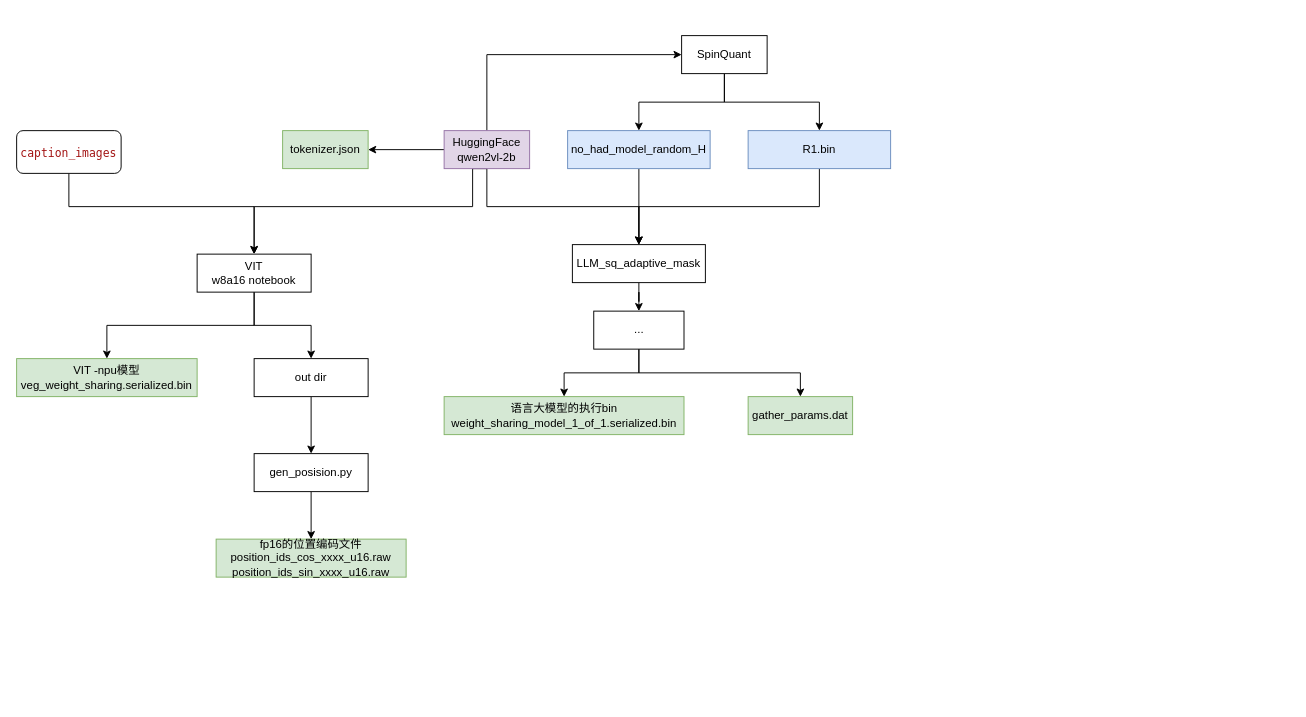
Earlier version of the draw.io diagram LLM/mllm_hexagon_npu_convert.drawio (mailonghua/drawio). Source tidied: cells renumbered, new cells numbered last; positions are measured from the earlier drawing's top-left corner, leaving out a move shared by most shapes. Both pictures are drawn from the tidied source at 95%, with x=0, y=0 at pixel (16, 35).
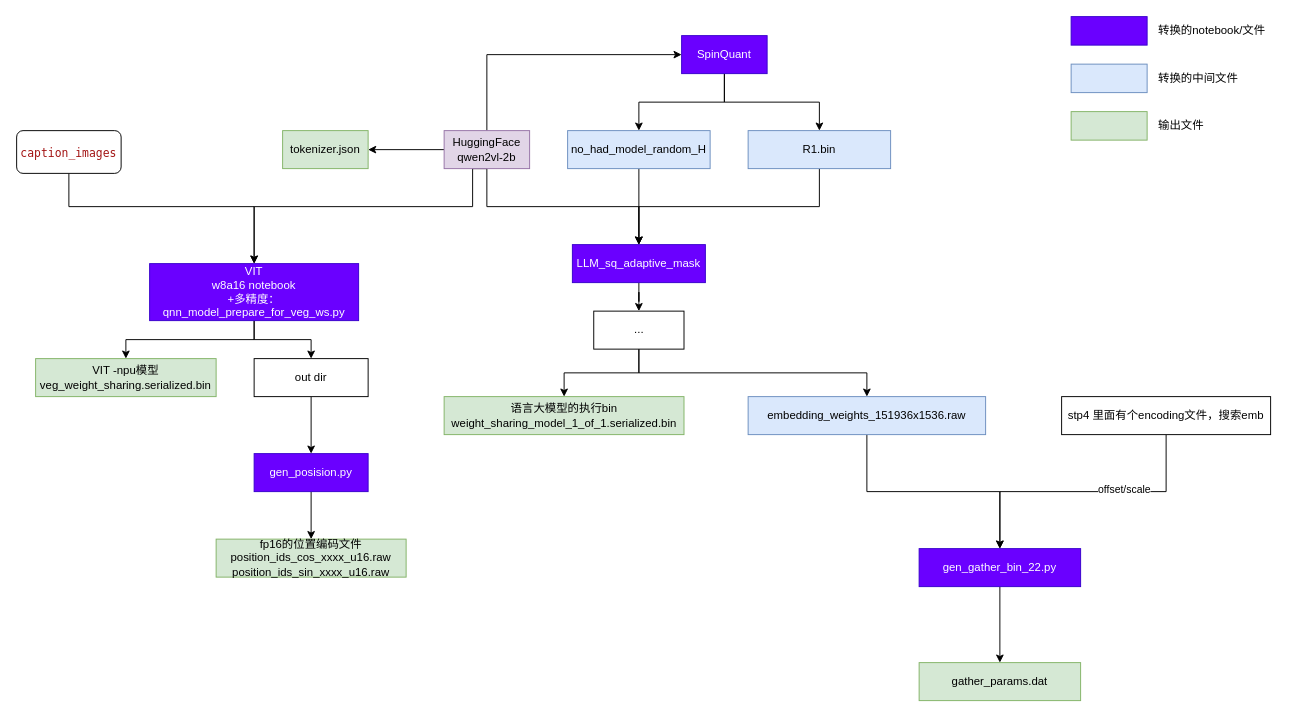
After the change.

The edit, as a diff of the source:
```diff
@@
-    <mxCell id="9" value="SpinQuant" style="rounded=0;whiteSpace=wrap;html=1;" parent="1" vertex="1">
+    <mxCell id="9" value="SpinQuant" style="rounded=0;whiteSpace=wrap;html=1;fillColor=#6a00ff;fontColor=#ffffff;strokeColor=#3700CC;" parent="1" vertex="1">
       <mxGeometry x="700" width="90" height="40" as="geometry" />
     </mxCell>
@@
-    <mxCell id="15" value="LLM_sq_adaptive_mask" style="rounded=0;whiteSpace=wrap;html=1;" parent="1" vertex="1">
+    <mxCell id="15" value="LLM_sq_adaptive_mask" style="rounded=0;whiteSpace=wrap;html=1;fillColor=#6a00ff;fontColor=#ffffff;strokeColor=#3700CC;" parent="1" vertex="1">
       <mxGeometry x="585" y="220" width="140" height="40" as="geometry" />
     </mxCell>
@@
+    <mxCell id="33" style="edgeStyle=orthogonalEdgeStyle;rounded=0;jettySize=auto;html=1;" parent="1" edge="1" source="20" target="35">
+      <mxGeometry relative="1" as="geometry" />
+    </mxCell>
-    <mxCell id="20" value="gather_params.dat" style="rounded=0;whiteSpace=wrap;html=1;fillColor=#d5e8d4;strokeColor=#82b366;" parent="1" vertex="1">
-      <mxGeometry x="770" y="380" width="110" height="40" as="geometry" />
+    <mxCell id="20" value="embedding_weights_151936x1536.raw" style="rounded=0;whiteSpace=wrap;html=1;fillColor=#dae8fc;strokeColor=#6c8ebf;" parent="1" vertex="1">
+      <mxGeometry x="770" y="380" width="250" height="40" as="geometry" />
     </mxCell>
@@
-    <mxCell id="23" value="VIT&lt;br&gt;w8a16 notebook" style="rounded=0;whiteSpace=wrap;html=1;" parent="1" vertex="1">
-      <mxGeometry x="190" y="230" width="120" height="40" as="geometry" />
+    <mxCell id="23" value="VIT&lt;br&gt;w8a16 notebook&lt;br&gt;+多精度：qnn_model_prepare_for_veg_ws.py" style="rounded=0;whiteSpace=wrap;html=1;fillColor=#6a00ff;fontColor=#ffffff;strokeColor=#3700CC;" parent="1" vertex="1">
+      <mxGeometry x="140" y="240" width="220" height="60" as="geometry" />
     </mxCell>
@@
     <mxCell id="26" value="VIT -npu模型&lt;br&gt;veg_weight_sharing.serialized.bin" style="rounded=0;whiteSpace=wrap;html=1;fillColor=#d5e8d4;strokeColor=#82b366;" parent="1" vertex="1">
-      <mxGeometry y="340" width="190" height="40" as="geometry" />
+      <mxGeometry x="20" y="340" width="190" height="40" as="geometry" />
     </mxCell>
@@
-    <mxCell id="30" value="gen_posision.py" style="rounded=0;whiteSpace=wrap;html=1;" parent="1" vertex="1">
+    <mxCell id="30" value="gen_posision.py" style="rounded=0;whiteSpace=wrap;html=1;fillColor=#6a00ff;fontColor=#ffffff;strokeColor=#3700CC;" parent="1" vertex="1">
       <mxGeometry x="250" y="440" width="120" height="40" as="geometry" />
     </mxCell>
@@
+    <mxCell id="34" style="edgeStyle=orthogonalEdgeStyle;rounded=0;jettySize=auto;html=1;" parent="1" edge="1" source="35" target="39">
+      <mxGeometry relative="1" as="geometry" />
+    </mxCell>
+    <mxCell id="35" value="gen_gather_bin_22.py" style="rounded=0;whiteSpace=wrap;html=1;fillColor=#6a00ff;fontColor=#ffffff;strokeColor=#3700CC;" parent="1" vertex="1">
+      <mxGeometry x="950" y="540" width="170" height="40" as="geometry" />
+    </mxCell>
+    <mxCell id="36" style="edgeStyle=orthogonalEdgeStyle;rounded=0;jettySize=auto;html=1;entryX=0.5;entryY=0;entryDx=0;entryDy=0;" parent="1" edge="1" source="38" target="35">
+      <mxGeometry relative="1" as="geometry" />
+    </mxCell>
+    <mxCell id="37" value="offset/scale" style="edgeLabel;html=1;align=center;verticalAlign=middle;" parent="36" vertex="1">
+      <mxGeometry x="-0.29" y="-3" relative="1" as="geometry" />
+    </mxCell>
+    <mxCell id="38" value="stp4 里面有个encoding文件，搜索emb" style="rounded=0;whiteSpace=wrap;html=1;" parent="1" vertex="1">
+      <mxGeometry x="1100" y="380" width="220" height="40" as="geometry" />
+    </mxCell>
+    <mxCell id="39" value="gather_params.dat" style="rounded=0;whiteSpace=wrap;html=1;fillColor=#d5e8d4;strokeColor=#82b366;" parent="1" vertex="1">
+      <mxGeometry x="950" y="660" width="170" height="40" as="geometry" />
+    </mxCell>
+    <mxCell id="40" style="group;" parent="1" vertex="1">
+      <mxGeometry x="1110" y="-20" width="230" height="130" as="geometry" />
+    </mxCell>
+    <mxCell id="41" style="rounded=0;whiteSpace=wrap;html=1;fillColor=#6a00ff;fontColor=#ffffff;strokeColor=#3700CC;" parent="40" vertex="1">
+      <mxGeometry width="80" height="30" as="geometry" />
+    </mxCell>
+    <mxCell id="42" style="rounded=0;whiteSpace=wrap;html=1;fillColor=#dae8fc;strokeColor=#6c8ebf;" parent="40" vertex="1">
+      <mxGeometry y="50" width="80" height="30" as="geometry" />
+    </mxCell>
+    <mxCell id="43" value="转换的notebook/文件" style="text;strokeColor=none;align=left;fillColor=none;html=1;verticalAlign=middle;whiteSpace=wrap;rounded=0;" parent="40" vertex="1">
+      <mxGeometry x="90" width="140" height="30" as="geometry" />
+    </mxCell>
+    <mxCell id="44" value="转换的中间文件" style="text;strokeColor=none;align=left;fillColor=none;html=1;verticalAlign=middle;whiteSpace=wrap;rounded=0;" parent="40" vertex="1">
+      <mxGeometry x="90" y="50" width="140" height="30" as="geometry" />
+    </mxCell>
+    <mxCell id="45" style="rounded=0;whiteSpace=wrap;html=1;fillColor=#d5e8d4;strokeColor=#82b366;" parent="40" vertex="1">
+      <mxGeometry y="100" width="80" height="30" as="geometry" />
+    </mxCell>
+    <mxCell id="46" value="输出文件" style="text;strokeColor=none;align=left;fillColor=none;html=1;verticalAlign=middle;whiteSpace=wrap;rounded=0;" parent="40" vertex="1">
+      <mxGeometry x="90" y="100" width="140" height="30" as="geometry" />
+    </mxCell>
```
